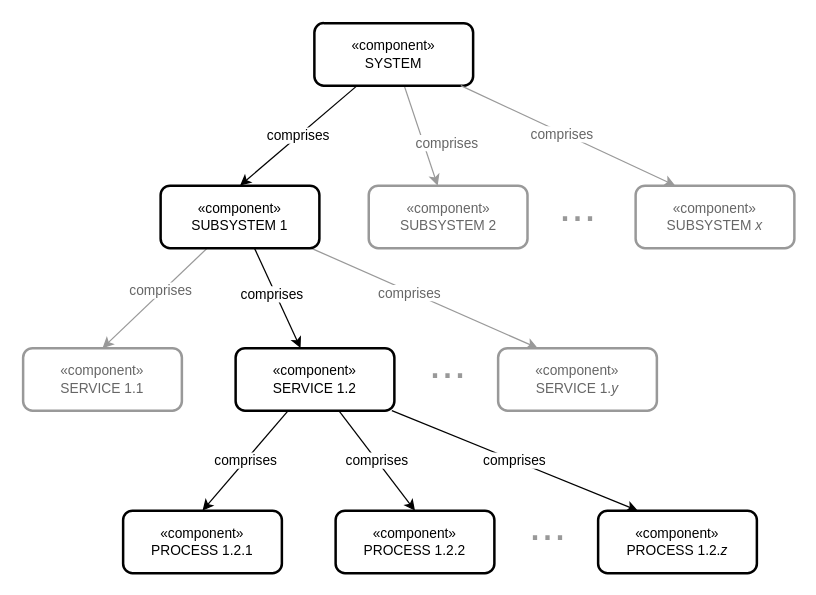
Above: page "system-decomposition" (14 of 16) of assets/diagrams.drawio in ekoutanov/CONTROL (draw.io), before the change. Source tidied: cells renumbered, new cells numbered last; positions are measured from the earlier drawing's top-left corner, leaving out a move shared by most shapes. Both pictures are drawn from the tidied source at 125%, with x=0, y=0 at pixel (22, 22).
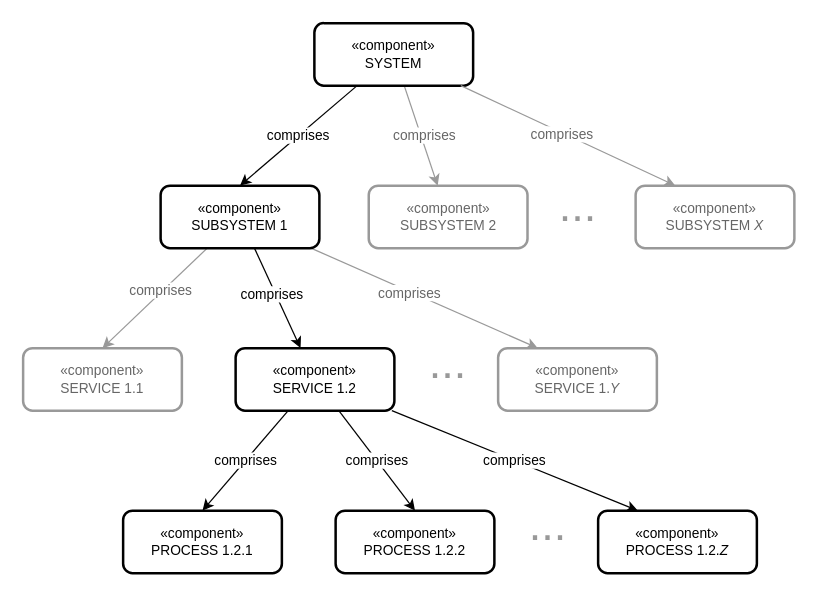
Above is the later version.

Unchanged cells that the change refers to:
```xml
<mxCell id="3" style="edgeStyle=none;shape=connector;rounded=0;jettySize=auto;html=1;strokeColor=#999999;align=center;verticalAlign=middle;fontFamily=Helvetica;fontSize=11;fontColor=#666666;labelBackgroundColor=default;endArrow=classic;endFill=1;" parent="1" edge="1" source="5" target="13">
  <mxGeometry relative="1" as="geometry" />
</mxCell>
```

What changed in the source:
```diff
@@
     <mxCell id="4" value="comprises" style="edgeLabel;html=1;align=center;verticalAlign=middle;fontFamily=Helvetica;fontSize=11;fontColor=#666666;labelBackgroundColor=default;" parent="3" vertex="1">
       <mxGeometry x="-0.51" y="1" relative="1" as="geometry">
-        <mxPoint x="26" y="26" as="offset" />
+        <mxPoint x="8" y="20" as="offset" />
       </mxGeometry>
     </mxCell>
@@
-    <mxCell id="14" value="&lt;div&gt;«component»&lt;br&gt;&lt;/div&gt;SUBSYSTEM &lt;i&gt;x&lt;/i&gt;" style="rounded=1;whiteSpace=wrap;html=1;fontFamily=Helvetica;fontSize=11;fontColor=#666666;labelBackgroundColor=default;verticalAlign=middle;strokeWidth=2;strokeColor=#999999;" parent="1" vertex="1">
+    <mxCell id="14" value="&lt;div&gt;«component»&lt;br&gt;&lt;/div&gt;SUBSYSTEM &lt;i&gt;X&lt;/i&gt;" style="rounded=1;whiteSpace=wrap;html=1;fontFamily=Helvetica;fontSize=11;fontColor=#666666;labelBackgroundColor=default;verticalAlign=middle;strokeWidth=2;strokeColor=#999999;" parent="1" vertex="1">
       <mxGeometry x="490" y="130" width="127" height="50" as="geometry" />
     </mxCell>
@@
-    <mxCell id="23" value="&lt;div&gt;«component»&lt;br&gt;&lt;/div&gt;SERVICE 1.&lt;i&gt;y&lt;/i&gt;" style="rounded=1;whiteSpace=wrap;html=1;fontFamily=Helvetica;fontSize=11;fontColor=#666666;labelBackgroundColor=default;verticalAlign=middle;strokeWidth=2;strokeColor=#999999;" parent="1" vertex="1">
+    <mxCell id="23" value="&lt;div&gt;«component»&lt;br&gt;&lt;/div&gt;SERVICE 1.&lt;i&gt;Y&lt;/i&gt;" style="rounded=1;whiteSpace=wrap;html=1;fontFamily=Helvetica;fontSize=11;fontColor=#666666;labelBackgroundColor=default;verticalAlign=middle;strokeWidth=2;strokeColor=#999999;" parent="1" vertex="1">
       <mxGeometry x="380" y="260" width="127" height="50" as="geometry" />
     </mxCell>
@@
-    <mxCell id="27" value="&lt;div&gt;«component»&lt;br&gt;&lt;/div&gt;PROCESS 1.2.&lt;i&gt;z&lt;/i&gt;" style="rounded=1;whiteSpace=wrap;html=1;fontFamily=Helvetica;fontSize=11;fontColor=default;labelBackgroundColor=default;verticalAlign=middle;strokeWidth=2;" parent="1" vertex="1">
+    <mxCell id="27" value="&lt;div&gt;«component»&lt;br&gt;&lt;/div&gt;PROCESS 1.2.&lt;i&gt;Z&lt;/i&gt;" style="rounded=1;whiteSpace=wrap;html=1;fontFamily=Helvetica;fontSize=11;fontColor=default;labelBackgroundColor=default;verticalAlign=middle;strokeWidth=2;" parent="1" vertex="1">
       <mxGeometry x="460" y="390" width="127" height="50" as="geometry" />
     </mxCell>
```
